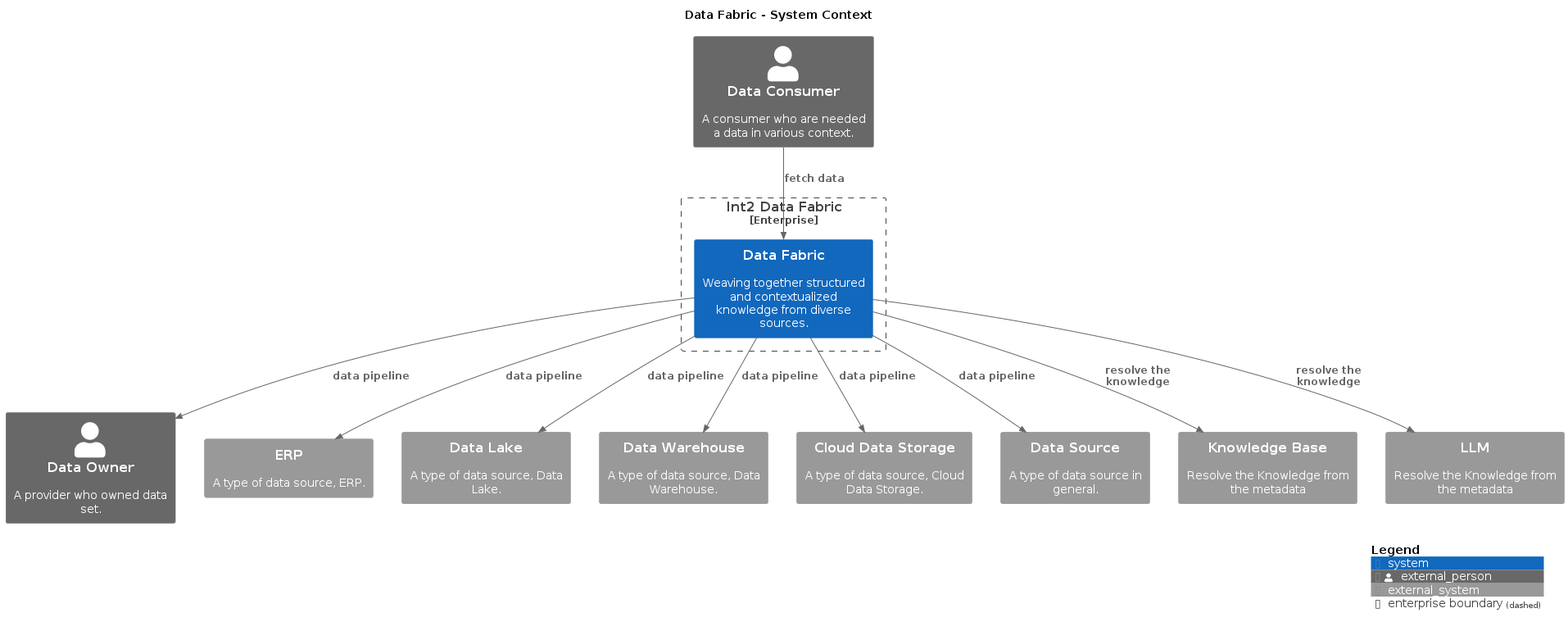
Above: master/png/SystemContext.png in IntellectusCorp/data-fabric-docs (PlantUML), before the change.
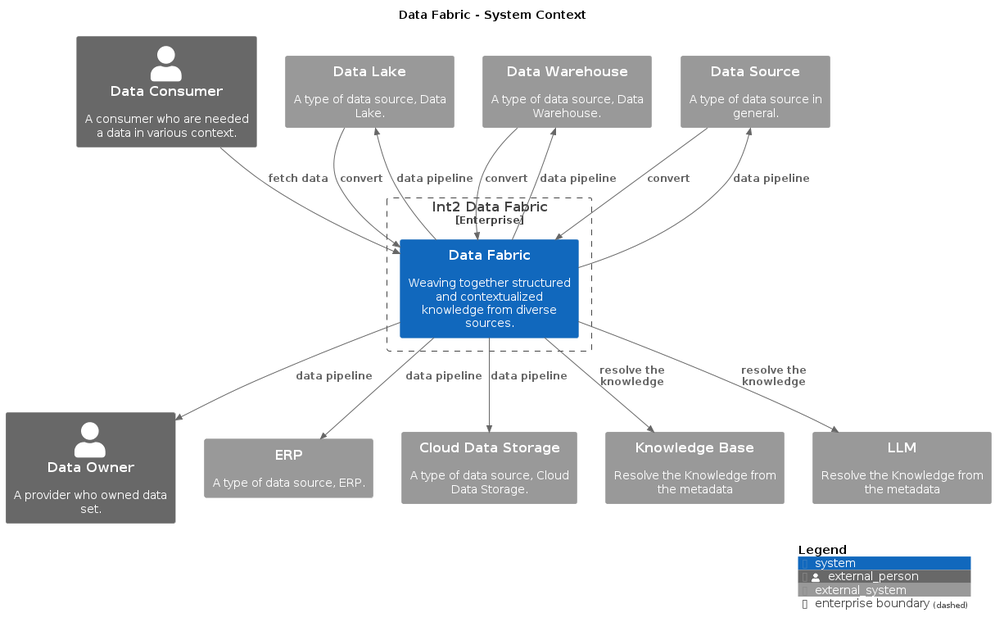
After the change.

The edit, as a diff of the source:
```diff
@@ -30,6 +30,9 @@
 Rel_D(DataFabric, DataWarehouse, "data pipeline", $tags="")
 Rel_D(DataFabric, CloudDataStorage, "data pipeline", $tags="")
 Rel_D(DataFabric, DataSource, "data pipeline", $tags="")
+Rel_D(DataLake, DataFabric, "convert", $tags="")
+Rel_D(DataWarehouse, DataFabric, "convert", $tags="")
+Rel_D(DataSource, DataFabric, "convert", $tags="")
 
 SHOW_LEGEND(true)
 @enduml
```
